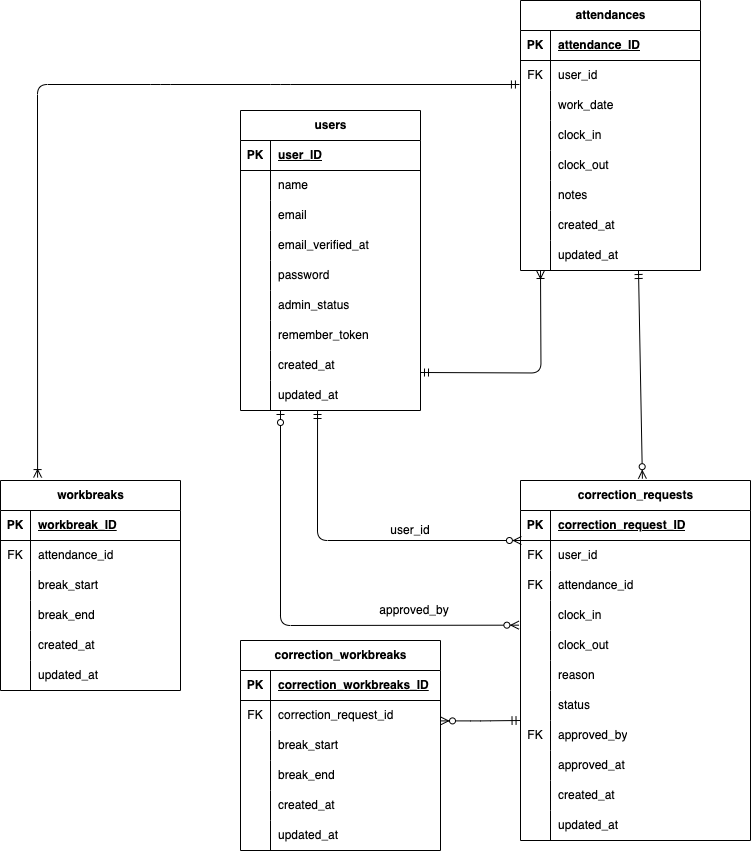
Before: docs/er.drawio.png, a diagram exported from draw.io (Maki625/mogi2). Source tidied: cells renumbered, new cells last; positions are measured from the earlier drawing's top-left corner, leaving out a move shared by most shapes.
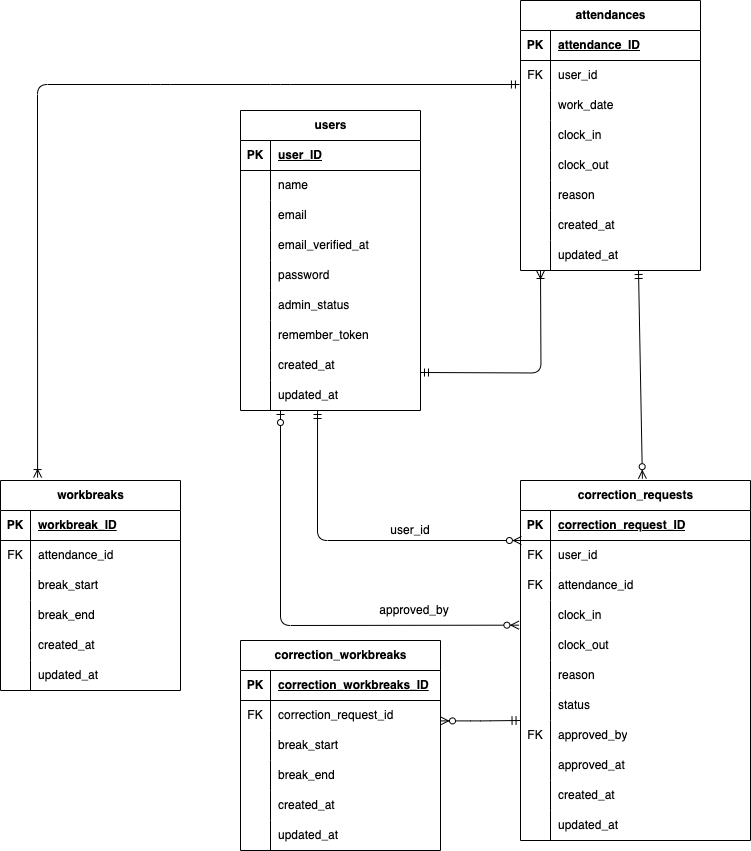
After the commit.

The edit, as a diff of the source:
```diff
@@ -197,7 +197,7 @@
     <mxCell id="66" style="shape=partialRectangle;fillColor=none;top=0;left=0;bottom=0;right=0;overflow=hidden;whiteSpace=wrap;html=1;" parent="65" vertex="1">
       <mxGeometry width="30" height="30" as="geometry" />
     </mxCell>
-    <mxCell id="67" value="notes" style="shape=partialRectangle;fillColor=none;top=0;left=0;bottom=0;right=0;align=left;spacingLeft=6;overflow=hidden;whiteSpace=wrap;html=1;" parent="65" vertex="1">
+    <mxCell id="67" value="reason" style="shape=partialRectangle;fillColor=none;top=0;left=0;bottom=0;right=0;align=left;spacingLeft=6;overflow=hidden;whiteSpace=wrap;html=1;" parent="65" vertex="1">
       <mxGeometry x="30" width="150" height="30" as="geometry" />
     </mxCell>
     <mxCell id="68" style="shape=tableRow;horizontal=0;startSize=0;swimlaneHead=0;swimlaneBody=0;fillColor=none;top=0;left=0;right=0;bottom=0;" parent="49" vertex="1">
```
